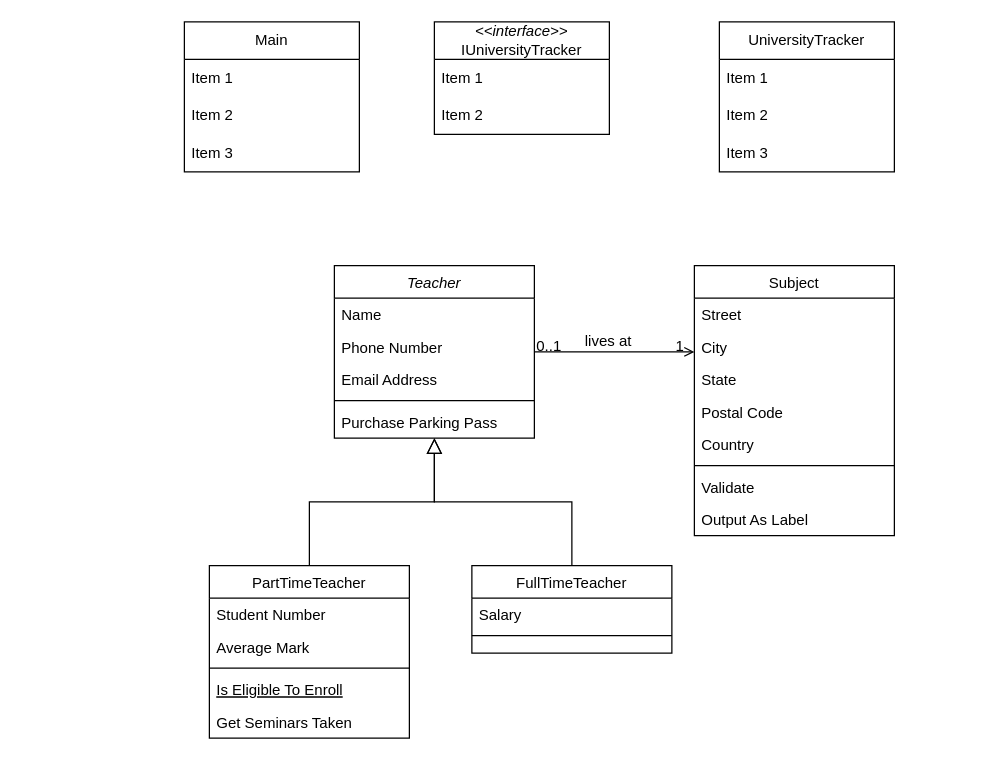
Before: ClassDiagram.drawio in Academia-TAE/JavaExercises, a draw.io diagram. Source tidied: cells renumbered, new cells numbered last; positions are measured from the earlier drawing's top-left corner, leaving out a move shared by most shapes. Both pictures are drawn from the tidied source at 125%, with x=0, y=0 at pixel (184, 21).
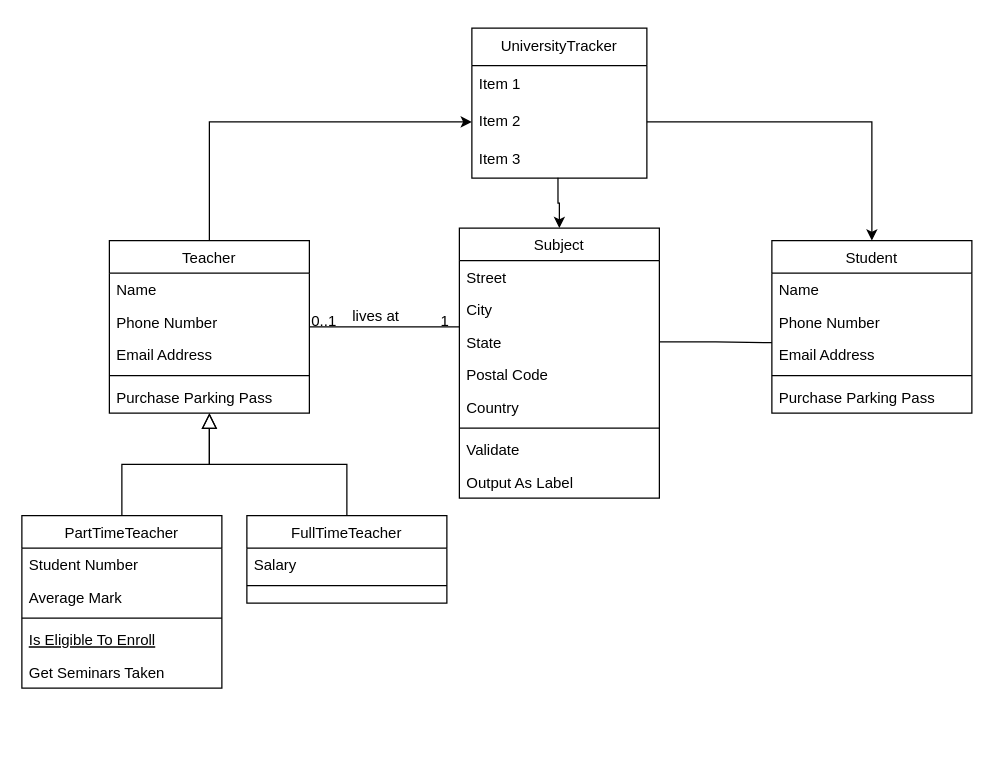
The same diagram, later.

The change refers to these unchanged cells:
```xml
<mxCell id="22" value="State" style="text;align=left;verticalAlign=top;spacingLeft=4;spacingRight=4;overflow=hidden;points=[[0,0.5],[1,0.5]];portConstraint=eastwest;rounded=0;shadow=0;html=0;" parent="19" vertex="1">
  <mxGeometry y="78" width="160" height="26" as="geometry" />
</mxCell>
<mxCell id="37" value="Item 2" style="text;strokeColor=none;fillColor=none;align=left;verticalAlign=middle;spacingLeft=4;spacingRight=4;overflow=hidden;points=[[0,0.5],[1,0.5]];portConstraint=eastwest;whiteSpace=wrap;html=1;" parent="35" vertex="1">
  <mxGeometry y="60" width="140" height="30" as="geometry" />
</mxCell>
<mxCell id="38" value="Item 3" style="text;strokeColor=none;fillColor=none;align=left;verticalAlign=middle;spacingLeft=4;spacingRight=4;overflow=hidden;points=[[0,0.5],[1,0.5]];portConstraint=eastwest;whiteSpace=wrap;html=1;" parent="35" vertex="1">
  <mxGeometry y="90" width="140" height="30" as="geometry" />
</mxCell>
```

What changed in the source:
```diff
@@
+    <mxCell id="43" style="edgeStyle=orthogonalEdgeStyle;rounded=0;jettySize=auto;html=1;entryX=0;entryY=0.5;entryDx=0;entryDy=0;" parent="1" edge="1" source="2" target="37">
+      <mxGeometry relative="1" as="geometry" />
+    </mxCell>
-    <mxCell id="2" value="Teacher" style="swimlane;fontStyle=2;align=center;verticalAlign=top;horizontal=1;startSize=26;rounded=0;shadow=0;strokeWidth=1;" parent="1" vertex="1">
-      <mxGeometry x="120" y="195" width="160" height="138" as="geometry" />
+    <mxCell id="2" value="Teacher" style="swimlane;fontStyle=0;align=center;verticalAlign=top;horizontal=1;startSize=26;rounded=0;shadow=0;strokeWidth=1;" parent="1" vertex="1">
+      <mxGeometry x="-60" y="175" width="160" height="138" as="geometry" />
     </mxCell>
@@
     <mxCell id="8" value="PartTimeTeacher" style="swimlane;fontStyle=0;align=center;verticalAlign=top;horizontal=1;startSize=26;rounded=0;shadow=0;strokeWidth=1;" parent="1" vertex="1">
-      <mxGeometry x="20" y="435" width="160" height="138" as="geometry" />
+      <mxGeometry x="-130" y="395" width="160" height="138" as="geometry" />
     </mxCell>
@@
     <mxCell id="15" value="FullTimeTeacher" style="swimlane;fontStyle=0;align=center;verticalAlign=top;horizontal=1;startSize=26;rounded=0;shadow=0;strokeWidth=1;" parent="1" vertex="1">
-      <mxGeometry x="230" y="435" width="160" height="70" as="geometry" />
+      <mxGeometry x="50" y="395" width="160" height="70" as="geometry" />
     </mxCell>
@@
     <mxCell id="19" value="Subject" style="swimlane;fontStyle=0;align=center;verticalAlign=top;horizontal=1;startSize=26;rounded=0;shadow=0;strokeWidth=1;" parent="1" vertex="1">
-      <mxGeometry x="408" y="195" width="160" height="216" as="geometry" />
+      <mxGeometry x="220" y="165" width="160" height="216" as="geometry" />
     </mxCell>
@@
-    <mxCell id="28" style="endArrow=open;shadow=0;strokeWidth=1;rounded=0;endFill=1;edgeStyle=elbowEdgeStyle;elbow=vertical;" parent="1" edge="1" source="2" target="19">
+    <mxCell id="28" style="endArrow=none;shadow=0;strokeWidth=1;rounded=0;endFill=0;edgeStyle=elbowEdgeStyle;elbow=vertical;" parent="1" edge="1" source="2" target="19">
       <mxGeometry x="0.5" y="41" relative="1" as="geometry">
         <mxPoint x="-40" y="32" as="offset" />
       </mxGeometry>
     </mxCell>
@@
-    <mxCell id="32" value="&lt;i&gt;&amp;lt;&amp;lt;interface&amp;gt;&amp;gt;&lt;/i&gt;&lt;br&gt;IUniversityTracker" style="swimlane;fontStyle=0;horizontal=1;startSize=30;whiteSpace=wrap;html=1;" parent="1" vertex="1">
-      <mxGeometry x="200" width="140" height="90" as="geometry" />
-    </mxCell>
-    <mxCell id="33" value="Item 1" style="text;strokeColor=none;fillColor=none;align=left;verticalAlign=middle;spacingLeft=4;spacingRight=4;overflow=hidden;whiteSpace=wrap;html=1;" parent="32" vertex="1">
-      <mxGeometry y="30" width="140" height="30" as="geometry" />
-    </mxCell>
-    <mxCell id="34" value="Item 2" style="text;strokeColor=none;fillColor=none;align=left;verticalAlign=middle;spacingLeft=4;spacingRight=4;overflow=hidden;whiteSpace=wrap;html=1;" parent="32" vertex="1">
-      <mxGeometry y="60" width="140" height="30" as="geometry" />
-    </mxCell>
     <mxCell id="35" value="UniversityTracker" style="swimlane;fontStyle=0;horizontal=1;startSize=30;whiteSpace=wrap;html=1;" parent="1" vertex="1">
-      <mxGeometry x="428" width="140" height="120" as="geometry" />
+      <mxGeometry x="230" y="5" width="140" height="120" as="geometry" />
     </mxCell>
@@
-    <mxCell id="39" value="Main" style="swimlane;fontStyle=0;horizontal=1;startSize=30;whiteSpace=wrap;html=1;" parent="1" vertex="1">
-      <mxGeometry width="140" height="120" as="geometry" />
-    </mxCell>
-    <mxCell id="40" value="Item 1" style="text;strokeColor=none;fillColor=none;align=left;verticalAlign=middle;spacingLeft=4;spacingRight=4;overflow=hidden;whiteSpace=wrap;html=1;" parent="39" vertex="1">
-      <mxGeometry y="30" width="140" height="30" as="geometry" />
-    </mxCell>
-    <mxCell id="41" value="Item 2" style="text;strokeColor=none;fillColor=none;align=left;verticalAlign=middle;spacingLeft=4;spacingRight=4;overflow=hidden;whiteSpace=wrap;html=1;" parent="39" vertex="1">
-      <mxGeometry y="60" width="140" height="30" as="geometry" />
-    </mxCell>
-    <mxCell id="42" value="Item 3" style="text;strokeColor=none;fillColor=none;align=left;verticalAlign=middle;spacingLeft=4;spacingRight=4;overflow=hidden;whiteSpace=wrap;html=1;" parent="39" vertex="1">
-      <mxGeometry y="90" width="140" height="30" as="geometry" />
-    </mxCell>
+    <mxCell id="44" value="Student" style="swimlane;fontStyle=0;align=center;verticalAlign=top;horizontal=1;startSize=26;rounded=0;shadow=0;strokeWidth=1;" parent="1" vertex="1">
+      <mxGeometry x="470" y="175" width="160" height="138" as="geometry" />
+    </mxCell>
+    <mxCell id="45" value="Name" style="text;align=left;verticalAlign=top;spacingLeft=4;spacingRight=4;overflow=hidden;" parent="44" vertex="1">
+      <mxGeometry y="26" width="160" height="26" as="geometry" />
+    </mxCell>
+    <mxCell id="46" value="Phone Number" style="text;align=left;verticalAlign=top;spacingLeft=4;spacingRight=4;overflow=hidden;rounded=0;shadow=0;html=0;" parent="44" vertex="1">
+      <mxGeometry y="52" width="160" height="26" as="geometry" />
+    </mxCell>
+    <mxCell id="47" value="Email Address" style="text;align=left;verticalAlign=top;spacingLeft=4;spacingRight=4;overflow=hidden;points=[[0,0.5],[1,0.5]];portConstraint=eastwest;rounded=0;shadow=0;html=0;" parent="44" vertex="1">
+      <mxGeometry y="78" width="160" height="26" as="geometry" />
+    </mxCell>
+    <mxCell id="48" style="line;html=1;strokeWidth=1;align=left;verticalAlign=middle;spacingTop=-1;spacingLeft=3;spacingRight=3;labelPosition=right;" parent="44" vertex="1">
+      <mxGeometry y="104" width="160" height="8" as="geometry" />
+    </mxCell>
+    <mxCell id="49" value="Purchase Parking Pass" style="text;align=left;verticalAlign=top;spacingLeft=4;spacingRight=4;overflow=hidden;" parent="44" vertex="1">
+      <mxGeometry y="112" width="160" height="26" as="geometry" />
+    </mxCell>
+    <mxCell id="50" style="edgeStyle=orthogonalEdgeStyle;rounded=0;jettySize=auto;html=1;entryX=0;entryY=0.141;entryDx=0;entryDy=0;entryPerimeter=0;startArrow=none;startFill=0;endArrow=none;endFill=0;" parent="1" edge="1" source="22" target="47">
+      <mxGeometry relative="1" as="geometry" />
+    </mxCell>
+    <mxCell id="51" style="edgeStyle=orthogonalEdgeStyle;rounded=0;jettySize=auto;html=1;entryX=0.5;entryY=0;entryDx=0;entryDy=0;exitX=0.492;exitY=0.993;exitDx=0;exitDy=0;exitPerimeter=0;" parent="1" edge="1" source="38" target="19">
+      <mxGeometry relative="1" as="geometry" />
+    </mxCell>
+    <mxCell id="52" style="edgeStyle=orthogonalEdgeStyle;rounded=0;jettySize=auto;html=1;entryX=0.5;entryY=0;entryDx=0;entryDy=0;" parent="1" edge="1" source="37" target="44">
+      <mxGeometry relative="1" as="geometry" />
+    </mxCell>
```
